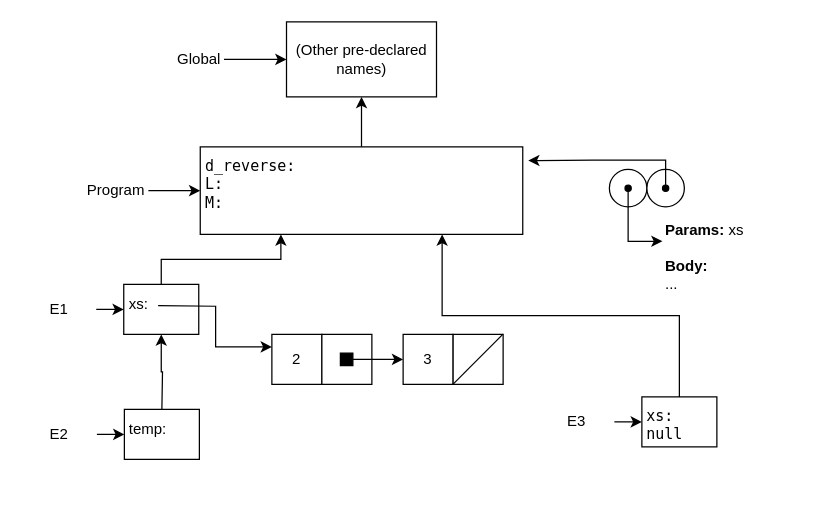
Above: Environment model.drawio in JingYenLoh/drawio (draw.io), before the change. Source tidied: cells renumbered, new cells numbered last; positions are measured from the earlier drawing's top-left corner, leaving out a move shared by most shapes. Both pictures are drawn from the tidied source at 125%, with x=0, y=0 at pixel (20, 21).
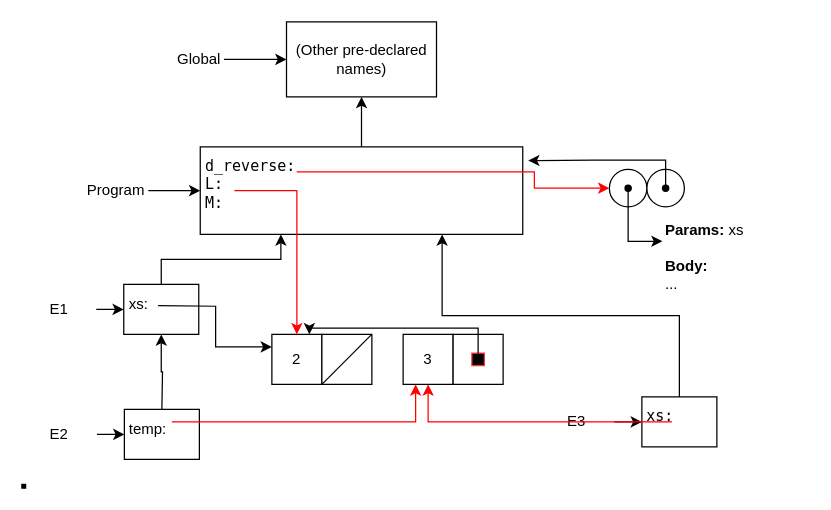
The same diagram, later.

The change refers to these unchanged cells:
```xml
<mxCell id="7" value="&lt;div&gt;&lt;font face=&quot;Lucida Console&quot;&gt;d_reverse:&lt;/font&gt;&lt;/div&gt;&lt;div&gt;&lt;font face=&quot;Lucida Console&quot;&gt;L:&lt;/font&gt;&lt;/div&gt;&lt;div&gt;&lt;font face=&quot;Lucida Console&quot;&gt;M:&lt;br&gt;&lt;/font&gt;&lt;/div&gt;" style="rounded=0;whiteSpace=wrap;html=1;align=left;verticalAlign=top;spacingLeft=0;spacingTop=0;spacingBottom=0;spacingRight=0;spacing=4;" parent="6" vertex="1">
  <mxGeometry x="92" width="258" height="70" as="geometry" />
</mxCell>
<mxCell id="14" style="ellipse;whiteSpace=wrap;html=1;rounded=0;align=left;" parent="13" vertex="1">
  <mxGeometry width="30" height="30" as="geometry" />
</mxCell>
<mxCell id="21" style="group;" parent="1" vertex="1">
  <mxGeometry x="201" y="250" width="80" height="40" as="geometry" />
</mxCell>
<mxCell id="22" value="2" style="whiteSpace=wrap;html=1;rounded=0;align=center;verticalAlign=middle;" parent="21" vertex="1">
  <mxGeometry width="40" height="40" as="geometry" />
</mxCell>
<mxCell id="26" style="group;rounded=0;fillColor=none;align=center;html=1;verticalAlign=middle;" parent="25" vertex="1">
  <mxGeometry width="80" height="40" as="geometry" />
</mxCell>
<mxCell id="27" value="3" style="whiteSpace=wrap;html=1;rounded=0;align=center;verticalAlign=middle;" parent="26" vertex="1">
  <mxGeometry width="40" height="40" as="geometry" />
</mxCell>
<mxCell id="28" style="whiteSpace=wrap;html=1;rounded=0;align=center;verticalAlign=middle;" parent="26" vertex="1">
  <mxGeometry x="40" width="40" height="40" as="geometry" />
</mxCell>
<mxCell id="36" value="&lt;div&gt;temp:&lt;/div&gt;" style="rounded=0;whiteSpace=wrap;html=1;align=left;verticalAlign=top;spacingLeft=0;spacingTop=0;spacingBottom=0;spacingRight=0;spacing=4;" parent="35" vertex="1">
  <mxGeometry x="82" width="60" height="40" as="geometry" />
</mxCell>
<mxCell id="39" style="group;" parent="1" vertex="1">
  <mxGeometry x="415" y="300" width="142" height="40" as="geometry" />
</mxCell>
```

What changed in the source:
```diff
@@
-    <mxCell id="24" style="whiteSpace=wrap;html=1;rounded=0;fillColor=#000000;align=left;" parent="21" vertex="1">
-      <mxGeometry x="54.8" y="15" width="10" height="10" as="geometry" />
-    </mxCell>
+    <mxCell id="47" style="endArrow=none;html=1;entryX=0.998;entryY=-0.004;entryDx=0;entryDy=0;entryPerimeter=0;exitX=0;exitY=0.996;exitDx=0;exitDy=0;exitPerimeter=0;strokeColor=#000000;" parent="21" edge="1">
+      <mxGeometry relative="1" as="geometry">
+        <mxPoint x="40" y="40" as="sourcePoint" />
+        <mxPoint x="79.9" as="targetPoint" />
+      </mxGeometry>
+    </mxCell>
@@
-    <mxCell id="29" style="endArrow=none;html=1;entryX=0.998;entryY=-0.004;entryDx=0;entryDy=0;entryPerimeter=0;exitX=0;exitY=0.996;exitDx=0;exitDy=0;exitPerimeter=0;" parent="26" edge="1" source="28" target="28">
-      <mxGeometry relative="1" as="geometry" />
-    </mxCell>
-    <mxCell id="30" style="edgeStyle=orthogonalEdgeStyle;rounded=0;jettySize=auto;html=1;" parent="1" edge="1" source="24" target="27">
-      <mxGeometry relative="1" as="geometry" />
-    </mxCell>
+    <mxCell id="48" style="whiteSpace=wrap;html=1;rounded=0;fillColor=#000000;align=left;strokeColor=#FF3333;" parent="26" vertex="1">
+      <mxGeometry x="55" y="15" width="10" height="10" as="geometry" />
+    </mxCell>
@@
-    <mxCell id="40" value="&lt;font face=&quot;Lucida Console&quot;&gt;xs: null&lt;/font&gt;" style="rounded=0;whiteSpace=wrap;html=1;align=left;verticalAlign=top;spacingLeft=0;spacingTop=0;spacingBottom=0;spacingRight=0;spacing=4;" parent="39" vertex="1">
+    <mxCell id="40" value="&lt;font face=&quot;Lucida Console&quot;&gt;xs: &lt;br&gt;&lt;/font&gt;" style="rounded=0;whiteSpace=wrap;html=1;align=left;verticalAlign=top;spacingLeft=0;spacingTop=0;spacingBottom=0;spacingRight=0;spacing=4;" parent="39" vertex="1">
       <mxGeometry x="82" width="60" height="40" as="geometry" />
     </mxCell>
@@
+    <mxCell id="49" style="edgeStyle=orthogonalEdgeStyle;rounded=0;jettySize=auto;html=1;entryX=0;entryY=0.5;entryDx=0;entryDy=0;exitX=0.299;exitY=0.286;exitDx=0;exitDy=0;exitPerimeter=0;strokeColor=#FF0000;" parent="1" edge="1" source="7" target="14">
+      <mxGeometry relative="1" as="geometry">
+        <Array as="points">
+          <mxPoint x="411" y="120" />
+          <mxPoint x="411" y="133" />
+        </Array>
+      </mxGeometry>
+    </mxCell>
+    <mxCell id="50" style="edgeStyle=orthogonalEdgeStyle;rounded=0;jettySize=auto;html=1;entryX=0.5;entryY=0;entryDx=0;entryDy=0;strokeColor=#FF0000;" parent="1" edge="1" target="22">
+      <mxGeometry relative="1" as="geometry">
+        <mxPoint x="171" y="135" as="sourcePoint" />
+        <Array as="points">
+          <mxPoint x="221" y="135" />
+        </Array>
+      </mxGeometry>
+    </mxCell>
+    <mxCell id="51" style="edgeStyle=orthogonalEdgeStyle;rounded=0;jettySize=auto;html=1;exitX=0.4;exitY=0.5;exitDx=0;exitDy=0;entryX=0.5;entryY=1;entryDx=0;entryDy=0;strokeColor=#FF0000;exitPerimeter=0;" parent="1" edge="1" source="40" target="27">
+      <mxGeometry relative="1" as="geometry" />
+    </mxCell>
+    <mxCell id="52" style="edgeStyle=orthogonalEdgeStyle;rounded=0;jettySize=auto;html=1;exitX=0.633;exitY=0.25;exitDx=0;exitDy=0;entryX=0.25;entryY=1;entryDx=0;entryDy=0;strokeColor=#FF0000;exitPerimeter=0;" parent="1" edge="1" source="36" target="27">
+      <mxGeometry relative="1" as="geometry" />
+    </mxCell>
+    <mxCell id="53" style="whiteSpace=wrap;html=1;rounded=0;fillColor=#000000;align=left;" parent="1" vertex="1">
+      <mxGeometry x="1" y="370" width="3" height="3" as="geometry" />
+    </mxCell>
+    <mxCell id="54" style="edgeStyle=orthogonalEdgeStyle;rounded=0;jettySize=auto;html=1;exitX=0.5;exitY=0;exitDx=0;exitDy=0;entryX=0.75;entryY=0;entryDx=0;entryDy=0;strokeColor=#000000;" parent="1" edge="1" source="48" target="22">
+      <mxGeometry relative="1" as="geometry" />
+    </mxCell>
```
